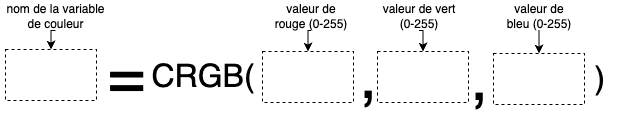
Earlier version of the draw.io export m5stack/atom/pixel/code_crgb.drawio.png (thomasfredericks/aide). Source tidied: cells renumbered, new cells last; positions are measured from the earlier drawing's top-left corner, leaving out a move shared by most shapes.
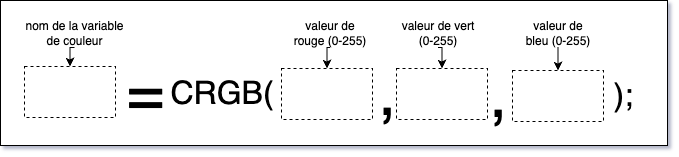
The same file after the commit.

The edit, as a diff of the source:
```diff
@@ -1,7 +1,10 @@
-<mxGraphModel>
+<mxGraphModel background="#ffffff" shadow="1">
   <root>
     <mxCell id="0" />
     <mxCell id="1" parent="0" />
+    <mxCell id="19" style="rounded=0;whiteSpace=wrap;html=1;" parent="1" vertex="1">
+      <mxGeometry x="-19" y="-17" width="667" height="145" as="geometry" />
+    </mxCell>
     <mxCell id="2" style="rounded=0;whiteSpace=wrap;html=1;dashed=1;fillColor=none;" parent="1" vertex="1">
       <mxGeometry x="5" y="49" width="91" height="51" as="geometry" />
     </mxCell>
@@ -32,7 +35,7 @@
     <mxCell id="11" value="&lt;font style=&quot;font-size: 64px;&quot;&gt;,&lt;/font&gt;" style="text;html=1;align=left;verticalAlign=middle;whiteSpace=wrap;rounded=0;" parent="1" vertex="1">
       <mxGeometry x="468" y="49" width="23" height="55" as="geometry" />
     </mxCell>
-    <mxCell id="12" value="&lt;span style=&quot;font-size: 32px;&quot;&gt;)&lt;/span&gt;" style="text;html=1;align=left;verticalAlign=middle;whiteSpace=wrap;rounded=0;" parent="1" vertex="1">
+    <mxCell id="12" value="&lt;span style=&quot;font-size: 32px;&quot;&gt;);&lt;/span&gt;" style="text;html=1;align=left;verticalAlign=middle;whiteSpace=wrap;rounded=0;" parent="1" vertex="1">
       <mxGeometry x="592" y="49" width="27" height="55" as="geometry" />
     </mxCell>
     <mxCell id="13" style="edgeStyle=orthogonalEdgeStyle;rounded=0;jettySize=auto;html=1;exitX=0.5;exitY=1;exitDx=0;exitDy=0;entryX=0.5;entryY=0;entryDx=0;entryDy=0;" parent="1" edge="1" source="14" target="7">
```
